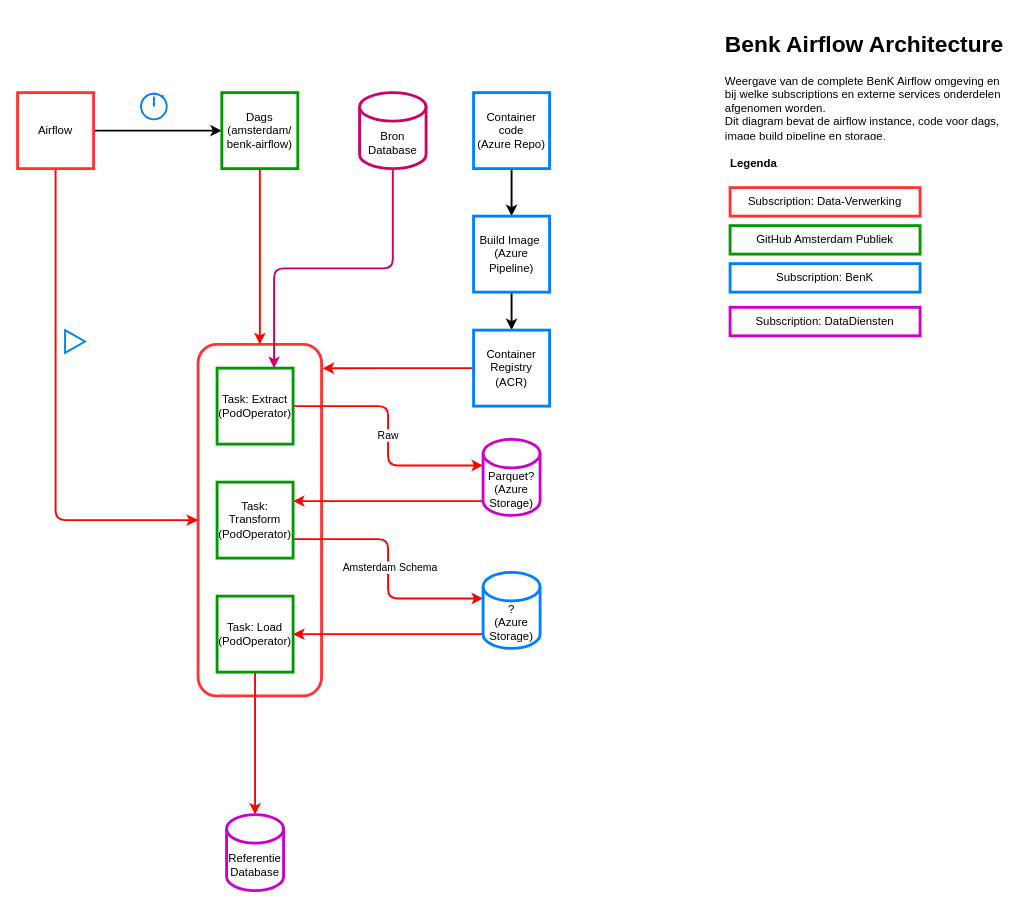
The draw.io diagram benk_airflow_architecture.drawio in Amsterdam/benk-airflow-architecture-diagrams, before the edit. Source tidied: cells renumbered, new cells numbered last; positions are measured from the earlier drawing's top-left corner, leaving out a move shared by most shapes. Both pictures are drawn from the tidied source at 95%, with x=0, y=0 at pixel (17, 26).
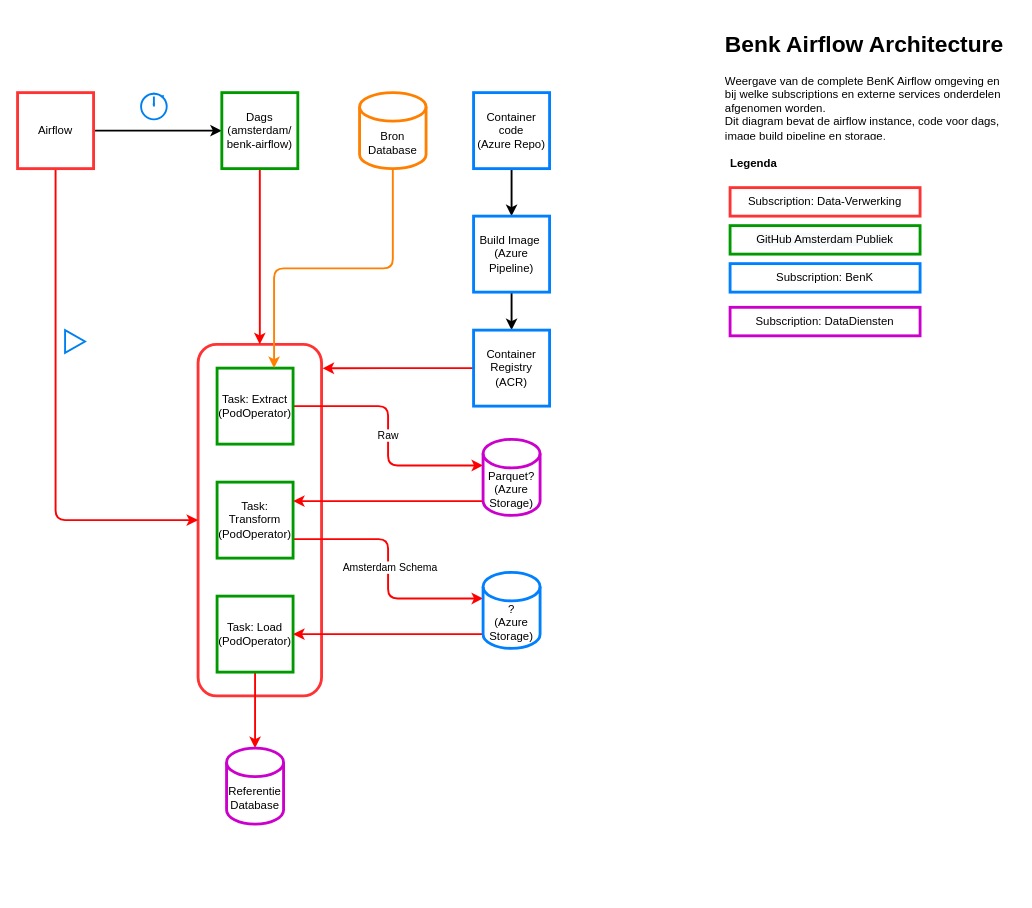
The same diagram, later.

Commit message:
Updated airflow architecture

The change refers to these unchanged cells:
```xml
<mxCell id="14" value="Task: Extract&lt;br&gt;(PodOperator)" style="rounded=0;whiteSpace=wrap;html=1;strokeColor=#009900;strokeWidth=3;" parent="1" vertex="1">
  <mxGeometry x="210" y="360" width="80" height="80" as="geometry" />
</mxCell>
```

What changed in the source:
```diff
@@
     <mxCell id="26" value="Referentie&lt;br&gt;Database" style="shape=cylinder3;whiteSpace=wrap;html=1;boundedLbl=1;backgroundOutline=1;size=15;strokeColor=#CC00CC;strokeWidth=3;fillColor=none;" parent="1" vertex="1">
-      <mxGeometry x="220" y="830" width="60" height="80" as="geometry" />
+      <mxGeometry x="220" y="760" width="60" height="80" as="geometry" />
     </mxCell>
@@
-    <mxCell id="34" style="edgeStyle=orthogonalEdgeStyle;rounded=1;jettySize=auto;html=1;entryX=0.75;entryY=0;entryDx=0;entryDy=0;strokeColor=#CC0066;strokeWidth=2;exitX=0.5;exitY=1;exitDx=0;exitDy=0;exitPerimeter=0;" parent="1" edge="1" source="35" target="14">
+    <mxCell id="34" style="edgeStyle=orthogonalEdgeStyle;rounded=1;jettySize=auto;html=1;entryX=0.75;entryY=0;entryDx=0;entryDy=0;strokeColor=#FF8000;strokeWidth=2;exitX=0.5;exitY=1;exitDx=0;exitDy=0;exitPerimeter=0;" parent="1" edge="1" source="35" target="14">
       <mxGeometry relative="1" as="geometry" />
     </mxCell>
-    <mxCell id="35" value="Bron&lt;br&gt;Database" style="shape=cylinder3;whiteSpace=wrap;html=1;boundedLbl=1;backgroundOutline=1;size=15;strokeColor=#CC0066;strokeWidth=3;fillColor=none;" parent="1" vertex="1">
+    <mxCell id="35" value="Bron&lt;br&gt;Database" style="shape=cylinder3;whiteSpace=wrap;html=1;boundedLbl=1;backgroundOutline=1;size=15;strokeColor=#FF8000;strokeWidth=3;fillColor=none;" parent="1" vertex="1">
       <mxGeometry x="360" y="70" width="70" height="80" as="geometry" />
     </mxCell>
```
